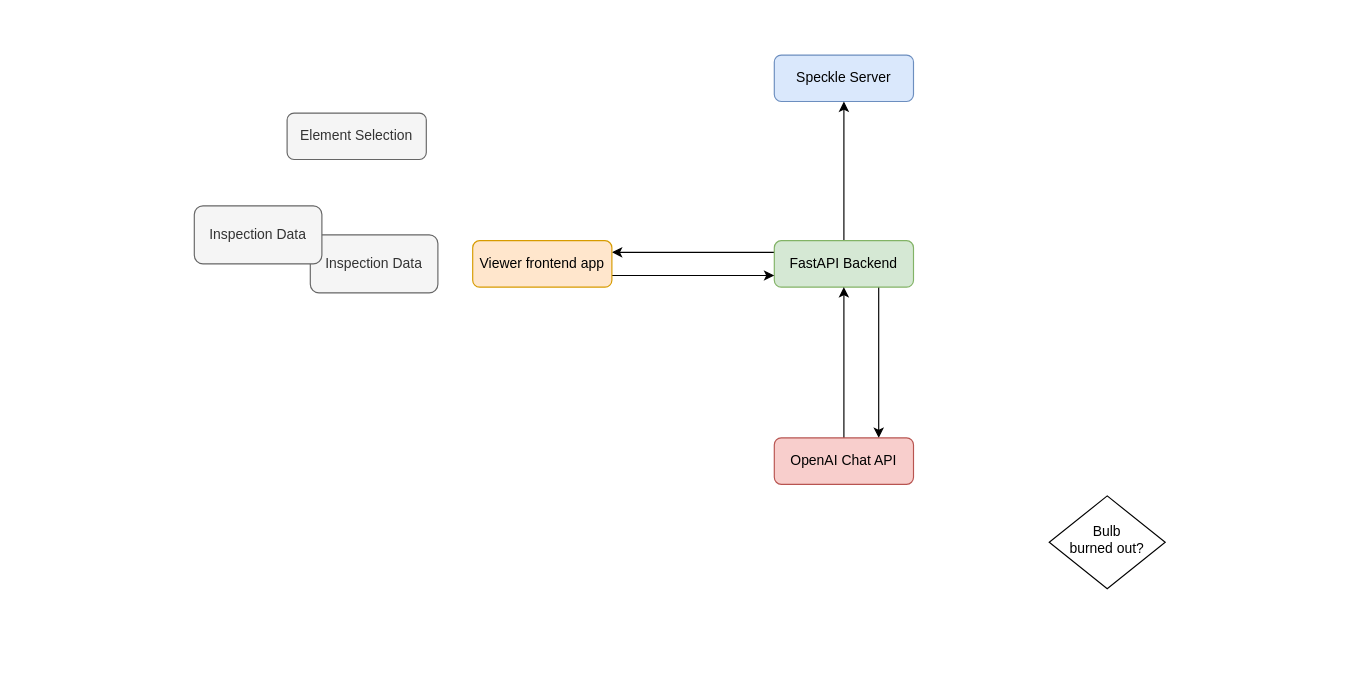
kaison428/SpeckleClashConcrete keeps this draw.io diagram as Untitled Diagram.drawio. Above is the earlier version. Source tidied: cells renumbered, new cells numbered last; positions are measured from the earlier drawing's top-left corner, leaving out a move shared by most shapes. Both pictures are drawn from the tidied source at 116%, with x=0, y=0 at pixel (194, 55).
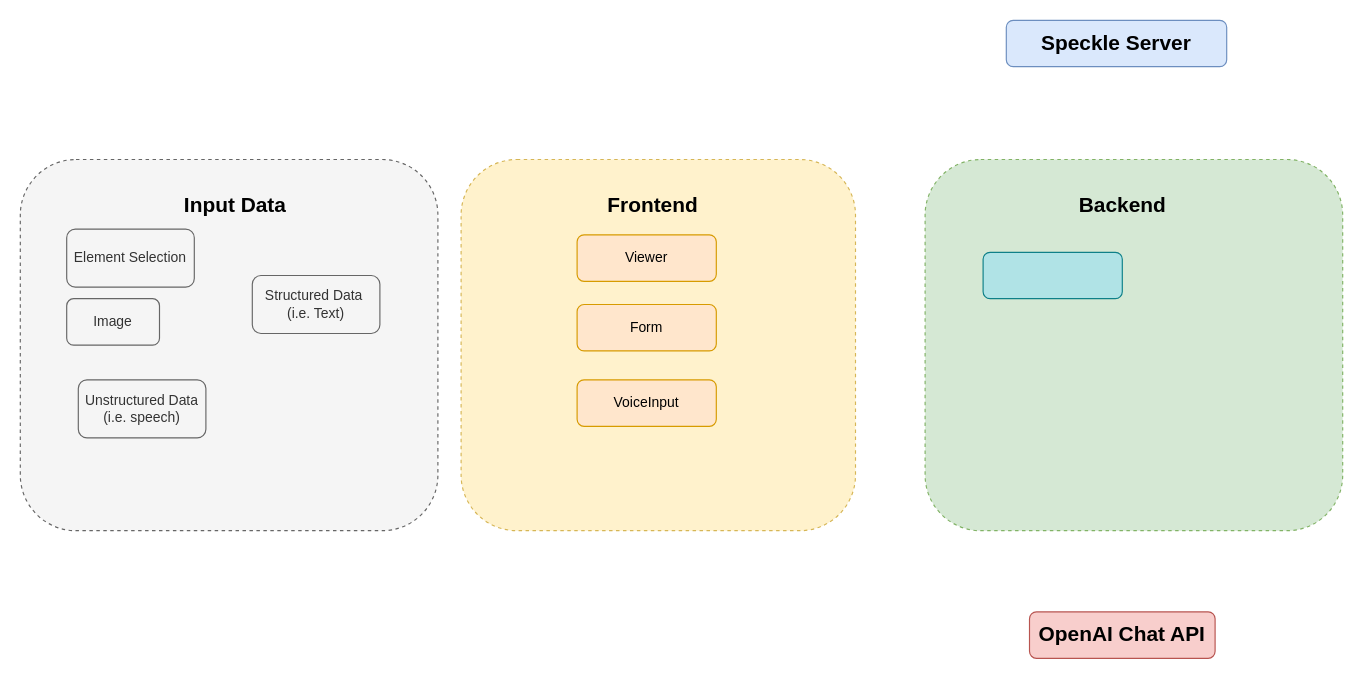
The same page after the edit.

The edit, as a diff of the source:
```diff
@@
 <mxGraphModel>
   <root>
     <mxCell id="0" />
     <mxCell id="1" parent="0" />
+    <mxCell id="15" style="rounded=1;whiteSpace=wrap;html=1;fillColor=#d5e8d4;dashed=1;strokeColor=#82b366;" parent="1" vertex="1">
+      <mxGeometry x="630" y="90" width="360" height="320" as="geometry" />
+    </mxCell>
+    <mxCell id="16" style="rounded=1;whiteSpace=wrap;html=1;fillColor=#fff2cc;dashed=1;strokeColor=#d6b656;" parent="1" vertex="1">
+      <mxGeometry x="230" y="90" width="340" height="320" as="geometry" />
+    </mxCell>
+    <mxCell id="17" style="rounded=1;whiteSpace=wrap;html=1;dashed=1;fillStyle=solid;fillColor=#f5f5f5;fontColor=#333333;strokeColor=#666666;gradientColor=none;" parent="1" vertex="1">
+      <mxGeometry x="-150" y="90" width="360" height="320" as="geometry" />
+    </mxCell>
-    <mxCell id="2" value="Speckle Server" style="rounded=1;whiteSpace=wrap;html=1;fontSize=12;glass=0;strokeWidth=1;shadow=0;fillColor=#dae8fc;strokeColor=#6c8ebf;" parent="1" vertex="1">
-      <mxGeometry x="500" width="120" height="40" as="geometry" />
+    <mxCell id="2" value="Speckle Server" style="rounded=1;whiteSpace=wrap;html=1;fontSize=18;glass=0;strokeWidth=1;shadow=0;fillColor=#dae8fc;strokeColor=#6c8ebf;fontStyle=1;" parent="1" vertex="1">
+      <mxGeometry x="700" y="-30" width="190" height="40" as="geometry" />
     </mxCell>
-    <mxCell id="3" style="edgeStyle=orthogonalEdgeStyle;rounded=0;jettySize=auto;html=1;exitX=0.5;exitY=0;exitDx=0;exitDy=0;entryX=0.5;entryY=1;entryDx=0;entryDy=0;" parent="1" edge="1" source="6" target="2">
-      <mxGeometry relative="1" as="geometry" />
-    </mxCell>
-    <mxCell id="4" style="edgeStyle=orthogonalEdgeStyle;rounded=0;jettySize=auto;html=1;exitX=0;exitY=0.25;exitDx=0;exitDy=0;entryX=1;entryY=0.25;entryDx=0;entryDy=0;" parent="1" edge="1" source="6" target="9">
-      <mxGeometry relative="1" as="geometry" />
-    </mxCell>
-    <mxCell id="5" style="edgeStyle=orthogonalEdgeStyle;rounded=0;jettySize=auto;html=1;exitX=0.75;exitY=1;exitDx=0;exitDy=0;entryX=0.75;entryY=0;entryDx=0;entryDy=0;" parent="1" edge="1" source="6" target="13">
-      <mxGeometry relative="1" as="geometry" />
-    </mxCell>
-    <mxCell id="6" value="FastAPI Backend" style="rounded=1;whiteSpace=wrap;html=1;fontSize=12;glass=0;strokeWidth=1;shadow=0;fillColor=#d5e8d4;strokeColor=#82b366;" parent="1" vertex="1">
-      <mxGeometry x="500" y="160" width="120" height="40" as="geometry" />
+    <mxCell id="6" style="rounded=1;whiteSpace=wrap;html=1;fontSize=12;glass=0;strokeWidth=1;shadow=0;fillColor=#b0e3e6;strokeColor=#0e8088;" parent="1" vertex="1">
+      <mxGeometry x="680" y="170" width="120" height="40" as="geometry" />
     </mxCell>
-    <mxCell id="7" value="Bulb&lt;br&gt;burned out?" style="rhombus;whiteSpace=wrap;html=1;shadow=0;fontFamily=Helvetica;fontSize=12;align=center;strokeWidth=1;spacing=6;spacingTop=-4;" parent="1" vertex="1">
-      <mxGeometry x="737" y="380" width="100" height="80" as="geometry" />
-    </mxCell>
-    <mxCell id="8" style="edgeStyle=orthogonalEdgeStyle;rounded=0;jettySize=auto;html=1;exitX=1;exitY=0.75;exitDx=0;exitDy=0;entryX=0;entryY=0.75;entryDx=0;entryDy=0;" parent="1" edge="1" source="9" target="6">
-      <mxGeometry relative="1" as="geometry" />
-    </mxCell>
-    <mxCell id="9" value="Viewer frontend app" style="rounded=1;whiteSpace=wrap;html=1;fontSize=12;glass=0;strokeWidth=1;shadow=0;fillColor=#ffe6cc;strokeColor=#d79b00;" parent="1" vertex="1">
-      <mxGeometry x="240" y="160" width="120" height="40" as="geometry" />
+    <mxCell id="9" value="Viewer" style="rounded=1;whiteSpace=wrap;html=1;fontSize=12;glass=0;strokeWidth=1;shadow=0;fillColor=#ffe6cc;strokeColor=#d79b00;" parent="1" vertex="1">
+      <mxGeometry x="330" y="155" width="120" height="40" as="geometry" />
     </mxCell>
-    <mxCell id="10" value="Element Selection" style="rounded=1;whiteSpace=wrap;html=1;fontSize=12;glass=0;strokeWidth=1;shadow=0;fillColor=#f5f5f5;strokeColor=#666666;fontColor=#333333;" parent="1" vertex="1">
-      <mxGeometry x="80" y="50" width="120" height="40" as="geometry" />
-    </mxCell>
-    <mxCell id="11" value="Inspection Data" style="rounded=1;whiteSpace=wrap;html=1;fontSize=12;glass=0;strokeWidth=1;shadow=0;fillColor=#f5f5f5;strokeColor=#666666;fontColor=#333333;" parent="1" vertex="1">
-      <mxGeometry x="100" y="155" width="110" height="50" as="geometry" />
+    <mxCell id="11" value="Element Selection" style="rounded=1;whiteSpace=wrap;html=1;fontSize=12;glass=0;strokeWidth=1;shadow=0;fillColor=#f5f5f5;strokeColor=#666666;fontColor=#333333;" parent="1" vertex="1">
+      <mxGeometry x="-110" y="150" width="110" height="50" as="geometry" />
     </mxCell>
-    <mxCell id="12" style="edgeStyle=orthogonalEdgeStyle;rounded=0;jettySize=auto;html=1;entryX=0.5;entryY=1;entryDx=0;entryDy=0;" parent="1" edge="1" source="13" target="6">
-      <mxGeometry relative="1" as="geometry" />
-    </mxCell>
-    <mxCell id="13" value="OpenAI Chat API" style="rounded=1;whiteSpace=wrap;html=1;fontSize=12;glass=0;strokeWidth=1;shadow=0;fillColor=#f8cecc;strokeColor=#b85450;" parent="1" vertex="1">
-      <mxGeometry x="500" y="330" width="120" height="40" as="geometry" />
+    <mxCell id="13" value="OpenAI Chat API" style="rounded=1;whiteSpace=wrap;html=1;fontSize=18;glass=0;strokeWidth=1;shadow=0;fillColor=#f8cecc;strokeColor=#b85450;fontStyle=1;" parent="1" vertex="1">
+      <mxGeometry x="720" y="480" width="160" height="40" as="geometry" />
     </mxCell>
-    <mxCell id="14" value="Inspection Data" style="rounded=1;whiteSpace=wrap;html=1;fontSize=12;glass=0;strokeWidth=1;shadow=0;fillColor=#f5f5f5;strokeColor=#666666;fontColor=#333333;" parent="1" vertex="1">
-      <mxGeometry y="130" width="110" height="50" as="geometry" />
-    </mxCell>
+    <mxCell id="18" value="Input Data" style="text;strokeColor=none;fillColor=none;html=1;fontSize=18;fontStyle=1;verticalAlign=middle;align=center;" parent="1" vertex="1">
+      <mxGeometry x="-10" y="120" width="90" height="20" as="geometry" />
+    </mxCell>
+    <mxCell id="19" value="Frontend" style="text;strokeColor=none;fillColor=none;html=1;fontSize=18;fontStyle=1;verticalAlign=middle;align=center;" parent="1" vertex="1">
+      <mxGeometry x="350" y="120" width="90" height="20" as="geometry" />
+    </mxCell>
+    <mxCell id="20" value="Backend" style="text;strokeColor=none;fillColor=none;html=1;fontSize=18;fontStyle=1;verticalAlign=middle;align=center;" parent="1" vertex="1">
+      <mxGeometry x="755" y="120" width="90" height="20" as="geometry" />
+    </mxCell>
+    <mxCell id="21" value="Image" style="rounded=1;whiteSpace=wrap;html=1;fontSize=12;glass=0;strokeWidth=1;shadow=0;fillColor=#f5f5f5;strokeColor=#666666;fontColor=#333333;" parent="1" vertex="1">
+      <mxGeometry x="-110" y="210" width="80" height="40" as="geometry" />
+    </mxCell>
+    <mxCell id="22" value="Form" style="rounded=1;whiteSpace=wrap;html=1;fontSize=12;glass=0;strokeWidth=1;shadow=0;fillColor=#ffe6cc;strokeColor=#d79b00;" parent="1" vertex="1">
+      <mxGeometry x="330" y="215" width="120" height="40" as="geometry" />
+    </mxCell>
+    <mxCell id="23" value="VoiceInput" style="rounded=1;whiteSpace=wrap;html=1;fontSize=12;glass=0;strokeWidth=1;shadow=0;fillColor=#ffe6cc;strokeColor=#d79b00;" parent="1" vertex="1">
+      <mxGeometry x="330" y="280" width="120" height="40" as="geometry" />
+    </mxCell>
+    <mxCell id="24" value="Structured Data&amp;nbsp;&lt;div&gt;(i.e. Text)&lt;/div&gt;" style="rounded=1;whiteSpace=wrap;html=1;fontSize=12;glass=0;strokeWidth=1;shadow=0;fillColor=#f5f5f5;strokeColor=#666666;fontColor=#333333;" parent="1" vertex="1">
+      <mxGeometry x="50" y="190" width="110" height="50" as="geometry" />
+    </mxCell>
+    <mxCell id="25" value="Unstructured Data (i.e. speech)" style="rounded=1;whiteSpace=wrap;html=1;fontSize=12;glass=0;strokeWidth=1;shadow=0;fillColor=#f5f5f5;strokeColor=#666666;fontColor=#333333;" parent="1" vertex="1">
+      <mxGeometry x="-100" y="280" width="110" height="50" as="geometry" />
+    </mxCell>
   </root>
 </mxGraphModel>
```
